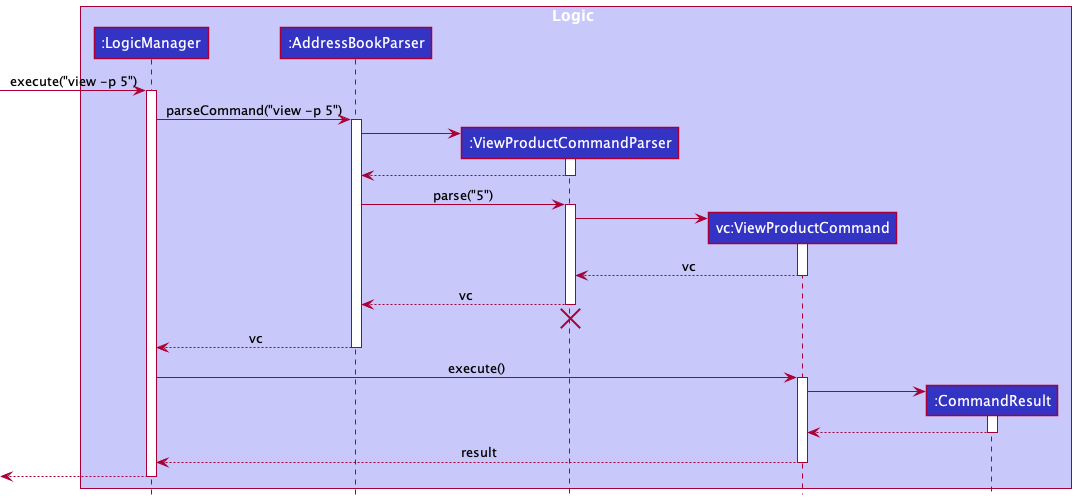
The PlantUML diagram docs/images/ViewProductCommandDiagram.png in nus-cs2103-AY2122S1/tp, before a commit.
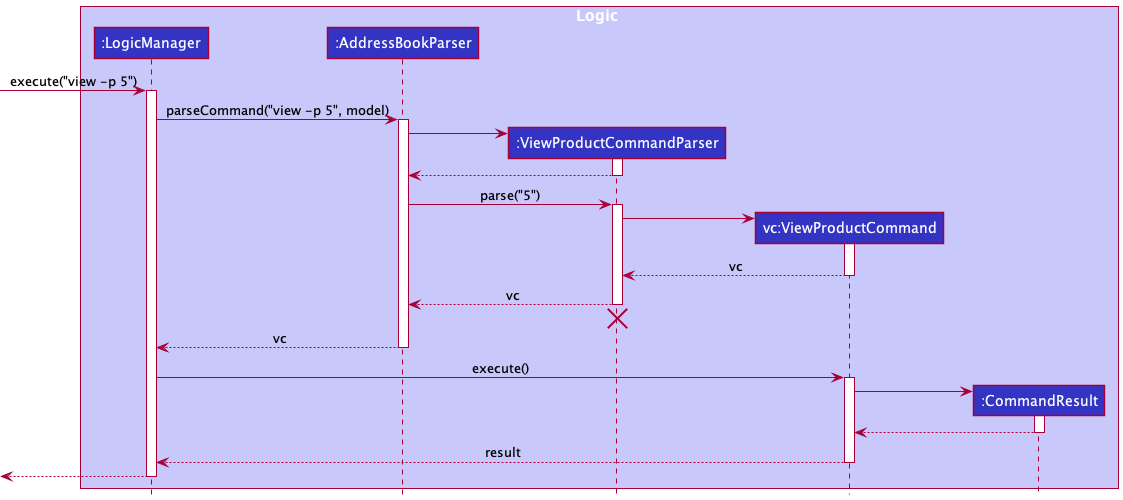
The same file after the commit.

Change to the diagram source:
```diff
@@ -13,7 +13,7 @@
 [-> LogicManager : execute("view -p 5")
 activate LogicManager
 
-LogicManager -> AddressBookParser : parseCommand("view -p 5")
+LogicManager -> AddressBookParser : parseCommand("view -p 5", model)
 activate AddressBookParser
 
 create DeleteCommandParser
```
